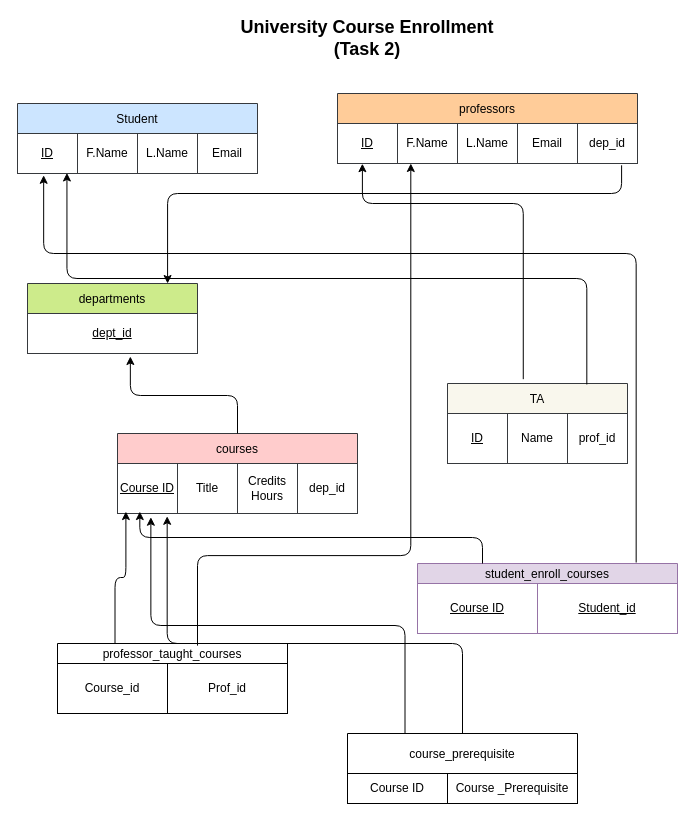
The draw.io diagram Mapping/task_2..drawio in mariamnabeh/Database-ERD-EERD-Models, before the edit. Source tidied: cells renumbered, new cells numbered last; positions are measured from the earlier drawing's top-left corner, leaving out a move shared by most shapes. Both pictures are drawn from the tidied source at 100%, with x=0, y=0 at pixel (17, 23).
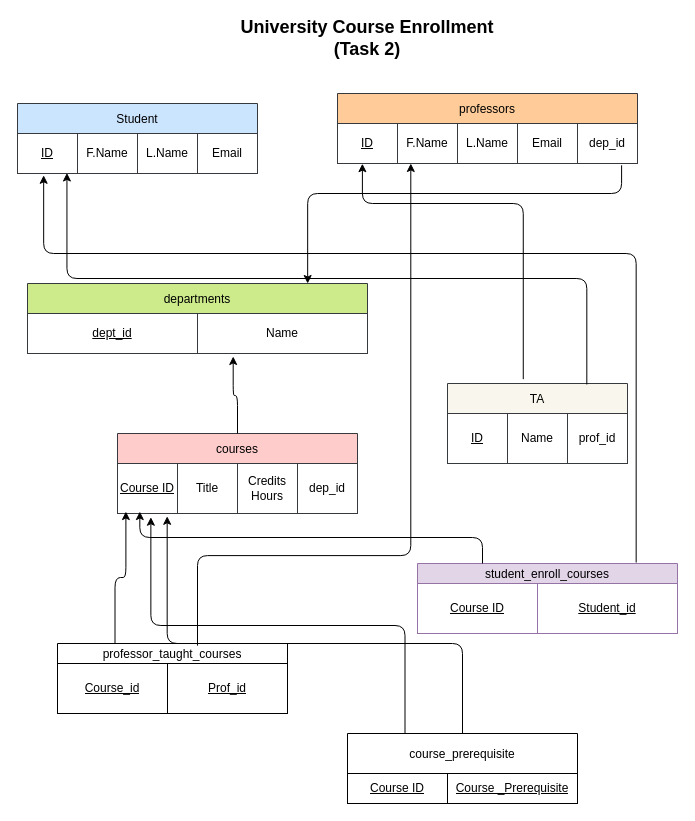
After the change.

The change refers to these unchanged cells:
```xml
<mxCell id="41" style="shape=tableRow;horizontal=0;startSize=0;swimlaneHead=0;swimlaneBody=0;strokeColor=inherit;fillColor=none;fixedHeader=1;" parent="40" vertex="1">
  <mxGeometry y="20" width="230" height="50" as="geometry" />
</mxCell>
<mxCell id="45" style="shape=tableRow;horizontal=0;startSize=0;swimlaneHead=0;swimlaneBody=0;strokeColor=inherit;fillColor=none;fixedHeader=1;" parent="44" vertex="1">
  <mxGeometry y="40" width="230" height="30" as="geometry" />
</mxCell>
```

Diff of the diagram source:
```diff
@@
     <mxCell id="15" value="departments" style="shape=table;startSize=30;childLayout=tableLayout;fixedHeader=1;tableRender=collapsed;fillColor=#cdeb8b;strokeColor=#36393d;" parent="1" vertex="1">
-      <mxGeometry x="10" y="260" width="170" height="70" as="geometry" />
+      <mxGeometry x="10" y="260" width="340" height="70" as="geometry" />
     </mxCell>
     <mxCell id="16" style="shape=tableRow;horizontal=0;startSize=0;swimlaneHead=0;swimlaneBody=0;strokeColor=inherit;fillColor=none;points=[[0,0.5],[1,0.5]];portConstraint=eastwest;fixedHeader=1;" parent="15" vertex="1">
-      <mxGeometry y="30" width="170" height="40" as="geometry" />
+      <mxGeometry y="30" width="340" height="40" as="geometry" />
     </mxCell>
@@
+    <mxCell id="52" value="Name" style="shape=partialRectangle;html=1;whiteSpace=wrap;strokeColor=inherit;overflow=hidden;fillColor=none;" parent="16" vertex="1">
+      <mxGeometry x="170" width="170" height="40" as="geometry" />
+    </mxCell>
@@
-    <mxCell id="42" value="Course_id" style="shape=partialRectangle;html=1;whiteSpace=wrap;strokeColor=inherit;overflow=hidden;fillColor=none;" parent="41" vertex="1">
+    <mxCell id="42" value="&lt;u&gt;Course_id&lt;/u&gt;" style="shape=partialRectangle;html=1;whiteSpace=wrap;strokeColor=inherit;overflow=hidden;fillColor=none;" parent="41" vertex="1">
       <mxGeometry width="110" height="50" as="geometry" />
     </mxCell>
-    <mxCell id="43" value="Prof_id" style="shape=partialRectangle;html=1;whiteSpace=wrap;strokeColor=inherit;overflow=hidden;fillColor=none;" parent="41" vertex="1">
+    <mxCell id="43" value="&lt;u&gt;Prof_id&lt;/u&gt;" style="shape=partialRectangle;html=1;whiteSpace=wrap;strokeColor=inherit;overflow=hidden;fillColor=none;" parent="41" vertex="1">
       <mxGeometry x="110" width="120" height="50" as="geometry" />
     </mxCell>
@@
-    <mxCell id="46" value="Course ID" style="shape=partialRectangle;html=1;whiteSpace=wrap;strokeColor=inherit;overflow=hidden;fillColor=none;" parent="45" vertex="1">
+    <mxCell id="46" value="&lt;u&gt;Course ID&lt;/u&gt;" style="shape=partialRectangle;html=1;whiteSpace=wrap;strokeColor=inherit;overflow=hidden;fillColor=none;" parent="45" vertex="1">
       <mxGeometry width="100" height="30" as="geometry" />
     </mxCell>
-    <mxCell id="47" value="Course _Prerequisite" style="shape=partialRectangle;html=1;whiteSpace=wrap;strokeColor=inherit;overflow=hidden;fillColor=none;" parent="45" vertex="1">
+    <mxCell id="47" value="&lt;u&gt;Course _Prerequisite&lt;/u&gt;" style="shape=partialRectangle;html=1;whiteSpace=wrap;strokeColor=inherit;overflow=hidden;fillColor=none;" parent="45" vertex="1">
       <mxGeometry x="100" width="130" height="30" as="geometry" />
     </mxCell>
```
